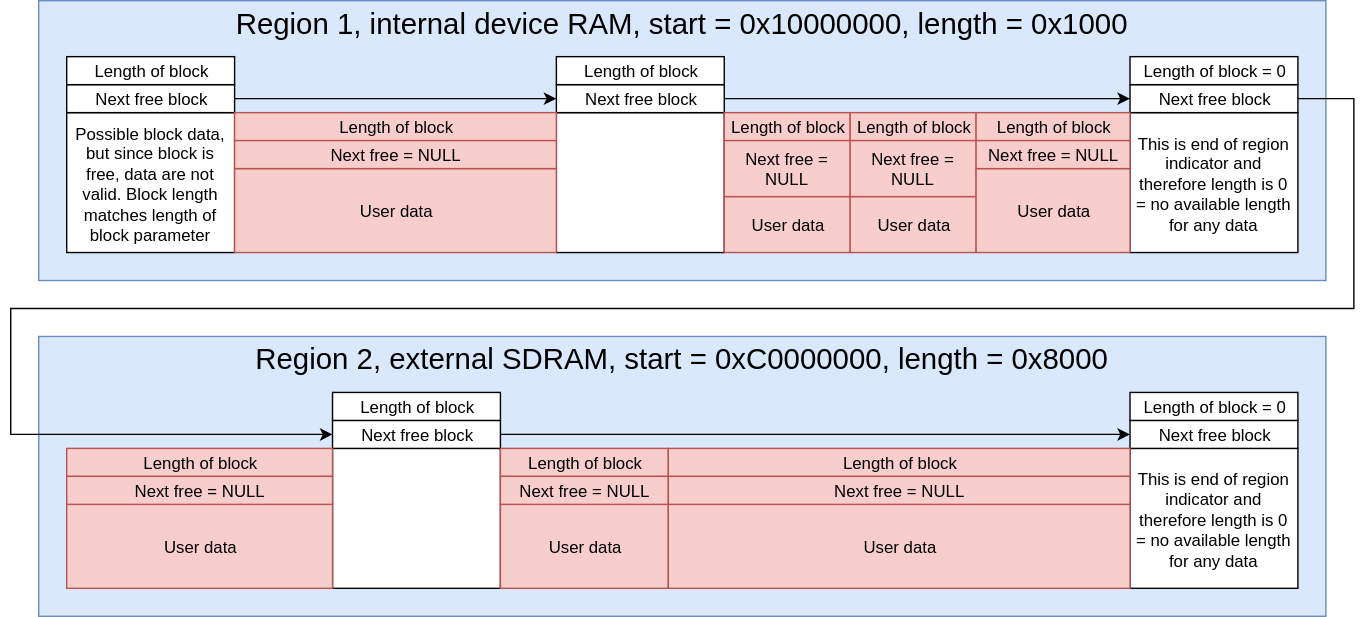
Above: docs/src/memory_manager_structure.svg in gopimn/GSM_AT_Lib_res (draw.io), before the change. Source tidied: cells renumbered, new cells last; positions are measured from the earlier drawing's top-left corner, leaving out a move shared by most shapes. The source it was exported from:
```xml
<mxGraphModel background="#ffffff">
  <root>
    <mxCell id="0" />
    <mxCell id="1" parent="0" />
    <mxCell id="2" style="rounded=0;whiteSpace=wrap;html=1;fontSize=12;fillColor=#dae8fc;strokeColor=#6c8ebf;" parent="1" vertex="1">
      <mxGeometry x="20" width="920" height="200" as="geometry" />
    </mxCell>
    <mxCell id="3" style="rounded=0;whiteSpace=wrap;html=1;fontSize=12;fillColor=#dae8fc;strokeColor=#6c8ebf;" parent="1" vertex="1">
      <mxGeometry x="20" y="240" width="920" height="200" as="geometry" />
    </mxCell>
    <mxCell id="4" value="Region 2, external SDRAM, start = 0xC0000000, length = 0x8000" style="text;html=1;strokeColor=none;fillColor=none;align=center;verticalAlign=middle;whiteSpace=wrap;rounded=0;fontSize=21;" parent="1" vertex="1">
      <mxGeometry x="20" y="240" width="920" height="30" as="geometry" />
    </mxCell>
    <mxCell id="5" value="Region 1, internal device RAM, start = 0x10000000, length = 0x1000" style="text;html=1;strokeColor=none;fillColor=none;align=center;verticalAlign=middle;whiteSpace=wrap;rounded=0;fontSize=21;" parent="1" vertex="1">
      <mxGeometry x="20" width="920" height="30" as="geometry" />
    </mxCell>
    <mxCell id="6" value="Possible block data, but since block is free, data are not valid. Block length matches length of block parameter" style="rounded=0;whiteSpace=wrap;html=1;fontSize=12;" parent="1" vertex="1">
      <mxGeometry x="40" y="80" width="120" height="100" as="geometry" />
    </mxCell>
    <mxCell id="7" style="edgeStyle=orthogonalEdgeStyle;rounded=0;html=1;exitX=1;exitY=0.5;entryX=0;entryY=0.5;jettySize=auto;fontSize=12;" parent="1" edge="1" source="8" target="19">
      <mxGeometry relative="1" as="geometry" />
    </mxCell>
    <mxCell id="8" value="Next free block" style="rounded=0;whiteSpace=wrap;html=1;fontSize=12;" parent="1" vertex="1">
      <mxGeometry x="40" y="60" width="120" height="20" as="geometry" />
    </mxCell>
    <mxCell id="9" value="Length of block" style="rounded=0;whiteSpace=wrap;html=1;fontSize=12;" parent="1" vertex="1">
      <mxGeometry x="40" y="40" width="120" height="20" as="geometry" />
    </mxCell>
    <mxCell id="10" value="This is end of region indicator and therefore length is 0 = no available length for any data" style="rounded=0;whiteSpace=wrap;html=1;fontSize=12;" parent="1" vertex="1">
      <mxGeometry x="800" y="320" width="120" height="100" as="geometry" />
    </mxCell>
    <mxCell id="11" value="Next free block" style="rounded=0;whiteSpace=wrap;html=1;fontSize=12;" parent="1" vertex="1">
      <mxGeometry x="800" y="300" width="120" height="20" as="geometry" />
    </mxCell>
    <mxCell id="12" value="Length of block = 0" style="rounded=0;whiteSpace=wrap;html=1;fontSize=12;" parent="1" vertex="1">
      <mxGeometry x="800" y="280" width="120" height="20" as="geometry" />
    </mxCell>
    <mxCell id="13" value="This is end of region indicator and therefore length is 0 = no available length for any data" style="rounded=0;whiteSpace=wrap;html=1;fontSize=12;" parent="1" vertex="1">
      <mxGeometry x="800" y="80" width="120" height="100" as="geometry" />
    </mxCell>
    <mxCell id="14" style="edgeStyle=orthogonalEdgeStyle;rounded=0;html=1;exitX=1;exitY=0.5;entryX=0;entryY=0.5;jettySize=auto;fontSize=12;" parent="1" edge="1" source="15" target="23">
      <mxGeometry relative="1" as="geometry">
        <Array as="points">
          <mxPoint x="960" y="70" />
          <mxPoint x="960" y="220" />
          <mxPoint y="220" />
          <mxPoint y="310" />
        </Array>
      </mxGeometry>
    </mxCell>
    <mxCell id="15" value="Next free block" style="rounded=0;whiteSpace=wrap;html=1;fontSize=12;" parent="1" vertex="1">
      <mxGeometry x="800" y="60" width="120" height="20" as="geometry" />
    </mxCell>
    <mxCell id="16" value="Length of block = 0" style="rounded=0;whiteSpace=wrap;html=1;fontSize=12;" parent="1" vertex="1">
      <mxGeometry x="800" y="40" width="120" height="20" as="geometry" />
    </mxCell>
    <mxCell id="17" style="rounded=0;whiteSpace=wrap;html=1;fontSize=12;" parent="1" vertex="1">
      <mxGeometry x="390" y="80" width="120" height="100" as="geometry" />
    </mxCell>
    <mxCell id="18" style="edgeStyle=orthogonalEdgeStyle;rounded=0;html=1;exitX=1;exitY=0.5;entryX=0;entryY=0.5;jettySize=auto;fontSize=12;" parent="1" edge="1" source="19" target="15">
      <mxGeometry relative="1" as="geometry" />
    </mxCell>
    <mxCell id="19" value="Next free block" style="rounded=0;whiteSpace=wrap;html=1;fontSize=12;" parent="1" vertex="1">
      <mxGeometry x="390" y="60" width="120" height="20" as="geometry" />
    </mxCell>
    <mxCell id="20" value="Length of block" style="rounded=0;whiteSpace=wrap;html=1;fontSize=12;" parent="1" vertex="1">
      <mxGeometry x="390" y="40" width="120" height="20" as="geometry" />
    </mxCell>
    <mxCell id="21" style="rounded=0;whiteSpace=wrap;html=1;fontSize=12;" parent="1" vertex="1">
      <mxGeometry x="230" y="320" width="120" height="100" as="geometry" />
    </mxCell>
    <mxCell id="22" style="edgeStyle=orthogonalEdgeStyle;rounded=0;html=1;exitX=1;exitY=0.5;entryX=0;entryY=0.5;jettySize=auto;fontSize=12;" parent="1" edge="1" source="23" target="11">
      <mxGeometry relative="1" as="geometry" />
    </mxCell>
    <mxCell id="23" value="Next free block" style="rounded=0;whiteSpace=wrap;html=1;fontSize=12;" parent="1" vertex="1">
      <mxGeometry x="230" y="300" width="120" height="20" as="geometry" />
    </mxCell>
    <mxCell id="24" value="Length of block" style="rounded=0;whiteSpace=wrap;html=1;fontSize=12;" parent="1" vertex="1">
      <mxGeometry x="230" y="280" width="120" height="20" as="geometry" />
    </mxCell>
    <mxCell id="25" value="User data" style="whiteSpace=wrap;html=1;fontSize=12;fillColor=#f8cecc;strokeColor=#b85450;" parent="1" vertex="1">
      <mxGeometry x="350" y="360" width="120" height="60" as="geometry" />
    </mxCell>
    <mxCell id="26" value="Length of block" style="whiteSpace=wrap;html=1;fontSize=12;fillColor=#f8cecc;strokeColor=#b85450;" parent="1" vertex="1">
      <mxGeometry x="350" y="320" width="120" height="20" as="geometry" />
    </mxCell>
    <mxCell id="27" value="Next free = NULL" style="whiteSpace=wrap;html=1;fontSize=12;fillColor=#f8cecc;strokeColor=#b85450;" parent="1" vertex="1">
      <mxGeometry x="350" y="340" width="120" height="20" as="geometry" />
    </mxCell>
    <mxCell id="28" value="User data" style="whiteSpace=wrap;html=1;fontSize=12;fillColor=#f8cecc;strokeColor=#b85450;" parent="1" vertex="1">
      <mxGeometry x="470" y="360" width="330" height="60" as="geometry" />
    </mxCell>
    <mxCell id="29" value="Length of block" style="whiteSpace=wrap;html=1;fontSize=12;fillColor=#f8cecc;strokeColor=#b85450;" parent="1" vertex="1">
      <mxGeometry x="470" y="320" width="330" height="20" as="geometry" />
    </mxCell>
    <mxCell id="30" value="Next free = NULL" style="whiteSpace=wrap;html=1;fontSize=12;fillColor=#f8cecc;strokeColor=#b85450;" parent="1" vertex="1">
      <mxGeometry x="470" y="340" width="330" height="20" as="geometry" />
    </mxCell>
    <mxCell id="31" value="User data" style="whiteSpace=wrap;html=1;fontSize=12;fillColor=#f8cecc;strokeColor=#b85450;" parent="1" vertex="1">
      <mxGeometry x="510" y="140" width="90" height="40" as="geometry" />
    </mxCell>
    <mxCell id="32" value="Length of block" style="whiteSpace=wrap;html=1;fontSize=12;fillColor=#f8cecc;strokeColor=#b85450;" parent="1" vertex="1">
      <mxGeometry x="510" y="80" width="90" height="20" as="geometry" />
    </mxCell>
    <mxCell id="33" value="Next free = NULL" style="whiteSpace=wrap;html=1;fontSize=12;fillColor=#f8cecc;strokeColor=#b85450;" parent="1" vertex="1">
      <mxGeometry x="510" y="100" width="90" height="40" as="geometry" />
    </mxCell>
    <mxCell id="34" value="User data" style="whiteSpace=wrap;html=1;fontSize=12;fillColor=#f8cecc;strokeColor=#b85450;" parent="1" vertex="1">
      <mxGeometry x="160" y="120" width="230" height="60" as="geometry" />
    </mxCell>
    <mxCell id="35" value="Length of block" style="whiteSpace=wrap;html=1;fontSize=12;fillColor=#f8cecc;strokeColor=#b85450;" parent="1" vertex="1">
      <mxGeometry x="160" y="80" width="230" height="20" as="geometry" />
    </mxCell>
    <mxCell id="36" value="Next free = NULL" style="whiteSpace=wrap;html=1;fontSize=12;fillColor=#f8cecc;strokeColor=#b85450;" parent="1" vertex="1">
      <mxGeometry x="160" y="100" width="230" height="20" as="geometry" />
    </mxCell>
    <mxCell id="37" value="User data" style="whiteSpace=wrap;html=1;fontSize=12;fillColor=#f8cecc;strokeColor=#b85450;" parent="1" vertex="1">
      <mxGeometry x="600" y="140" width="90" height="40" as="geometry" />
    </mxCell>
    <mxCell id="38" value="Length of block" style="whiteSpace=wrap;html=1;fontSize=12;fillColor=#f8cecc;strokeColor=#b85450;" parent="1" vertex="1">
      <mxGeometry x="600" y="80" width="90" height="20" as="geometry" />
    </mxCell>
    <mxCell id="39" value="Next free = NULL" style="whiteSpace=wrap;html=1;fontSize=12;fillColor=#f8cecc;strokeColor=#b85450;" parent="1" vertex="1">
      <mxGeometry x="600" y="100" width="90" height="40" as="geometry" />
    </mxCell>
    <mxCell id="40" value="User data" style="whiteSpace=wrap;html=1;fontSize=12;fillColor=#f8cecc;strokeColor=#b85450;" parent="1" vertex="1">
      <mxGeometry x="690" y="120" width="110" height="60" as="geometry" />
    </mxCell>
    <mxCell id="41" value="Length of block" style="whiteSpace=wrap;html=1;fontSize=12;fillColor=#f8cecc;strokeColor=#b85450;" parent="1" vertex="1">
      <mxGeometry x="690" y="80" width="110" height="20" as="geometry" />
    </mxCell>
    <mxCell id="42" value="Next free = NULL" style="whiteSpace=wrap;html=1;fontSize=12;fillColor=#f8cecc;strokeColor=#b85450;" parent="1" vertex="1">
      <mxGeometry x="690" y="100" width="110" height="20" as="geometry" />
    </mxCell>
    <mxCell id="43" value="User data" style="whiteSpace=wrap;html=1;fontSize=12;fillColor=#f8cecc;strokeColor=#b85450;" parent="1" vertex="1">
      <mxGeometry x="40" y="360" width="190" height="60" as="geometry" />
    </mxCell>
    <mxCell id="44" value="Length of block" style="whiteSpace=wrap;html=1;fontSize=12;fillColor=#f8cecc;strokeColor=#b85450;" parent="1" vertex="1">
      <mxGeometry x="40" y="320" width="190" height="20" as="geometry" />
    </mxCell>
    <mxCell id="45" value="Next free = NULL" style="whiteSpace=wrap;html=1;fontSize=12;fillColor=#f8cecc;strokeColor=#b85450;" parent="1" vertex="1">
      <mxGeometry x="40" y="340" width="190" height="20" as="geometry" />
    </mxCell>
  </root>
</mxGraphModel>
```
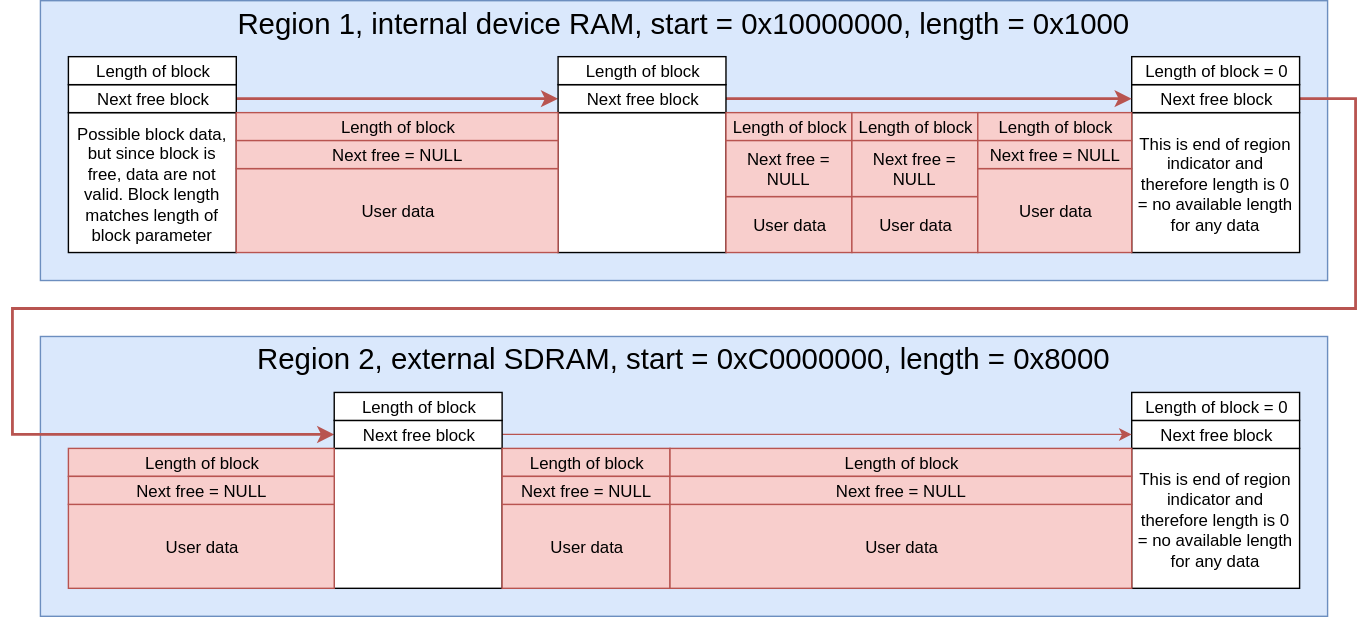
The same diagram one commit later.

The edit, as a diff of the source:
```diff
@@ -17,7 +17,7 @@
     <mxCell id="6" value="Possible block data, but since block is free, data are not valid. Block length matches length of block parameter" style="rounded=0;whiteSpace=wrap;html=1;fontSize=12;" parent="1" vertex="1">
       <mxGeometry x="40" y="80" width="120" height="100" as="geometry" />
     </mxCell>
-    <mxCell id="7" style="edgeStyle=orthogonalEdgeStyle;rounded=0;html=1;exitX=1;exitY=0.5;entryX=0;entryY=0.5;jettySize=auto;fontSize=12;" parent="1" edge="1" source="8" target="19">
+    <mxCell id="7" style="edgeStyle=orthogonalEdgeStyle;rounded=0;html=1;exitX=1;exitY=0.5;entryX=0;entryY=0.5;jettySize=auto;fontSize=12;fillColor=#f8cecc;strokeColor=#b85450;strokeWidth=2;" parent="1" edge="1" source="8" target="19">
       <mxGeometry relative="1" as="geometry" />
     </mxCell>
     <mxCell id="8" value="Next free block" style="rounded=0;whiteSpace=wrap;html=1;fontSize=12;" parent="1" vertex="1">
@@ -38,7 +38,7 @@
     <mxCell id="13" value="This is end of region indicator and therefore length is 0 = no available length for any data" style="rounded=0;whiteSpace=wrap;html=1;fontSize=12;" parent="1" vertex="1">
       <mxGeometry x="800" y="80" width="120" height="100" as="geometry" />
     </mxCell>
-    <mxCell id="14" style="edgeStyle=orthogonalEdgeStyle;rounded=0;html=1;exitX=1;exitY=0.5;entryX=0;entryY=0.5;jettySize=auto;fontSize=12;" parent="1" edge="1" source="15" target="23">
+    <mxCell id="14" style="edgeStyle=orthogonalEdgeStyle;rounded=0;html=1;exitX=1;exitY=0.5;entryX=0;entryY=0.5;jettySize=auto;fontSize=12;fillColor=#f8cecc;strokeColor=#b85450;strokeWidth=2;" parent="1" edge="1" source="15" target="23">
       <mxGeometry relative="1" as="geometry">
         <Array as="points">
           <mxPoint x="960" y="70" />
@@ -57,7 +57,7 @@
     <mxCell id="17" style="rounded=0;whiteSpace=wrap;html=1;fontSize=12;" parent="1" vertex="1">
       <mxGeometry x="390" y="80" width="120" height="100" as="geometry" />
     </mxCell>
-    <mxCell id="18" style="edgeStyle=orthogonalEdgeStyle;rounded=0;html=1;exitX=1;exitY=0.5;entryX=0;entryY=0.5;jettySize=auto;fontSize=12;" parent="1" edge="1" source="19" target="15">
+    <mxCell id="18" style="edgeStyle=orthogonalEdgeStyle;rounded=0;html=1;exitX=1;exitY=0.5;entryX=0;entryY=0.5;jettySize=auto;fontSize=12;fillColor=#f8cecc;strokeColor=#b85450;strokeWidth=2;" parent="1" edge="1" source="19" target="15">
       <mxGeometry relative="1" as="geometry" />
     </mxCell>
     <mxCell id="19" value="Next free block" style="rounded=0;whiteSpace=wrap;html=1;fontSize=12;" parent="1" vertex="1">
@@ -69,7 +69,7 @@
     <mxCell id="21" style="rounded=0;whiteSpace=wrap;html=1;fontSize=12;" parent="1" vertex="1">
       <mxGeometry x="230" y="320" width="120" height="100" as="geometry" />
     </mxCell>
-    <mxCell id="22" style="edgeStyle=orthogonalEdgeStyle;rounded=0;html=1;exitX=1;exitY=0.5;entryX=0;entryY=0.5;jettySize=auto;fontSize=12;" parent="1" edge="1" source="23" target="11">
+    <mxCell id="22" style="edgeStyle=orthogonalEdgeStyle;rounded=0;html=1;exitX=1;exitY=0.5;entryX=0;entryY=0.5;jettySize=auto;fontSize=12;fillColor=#f8cecc;strokeColor=#b85450;" parent="1" edge="1" source="23" target="11">
       <mxGeometry relative="1" as="geometry" />
     </mxCell>
     <mxCell id="23" value="Next free block" style="rounded=0;whiteSpace=wrap;html=1;fontSize=12;" parent="1" vertex="1">
```
